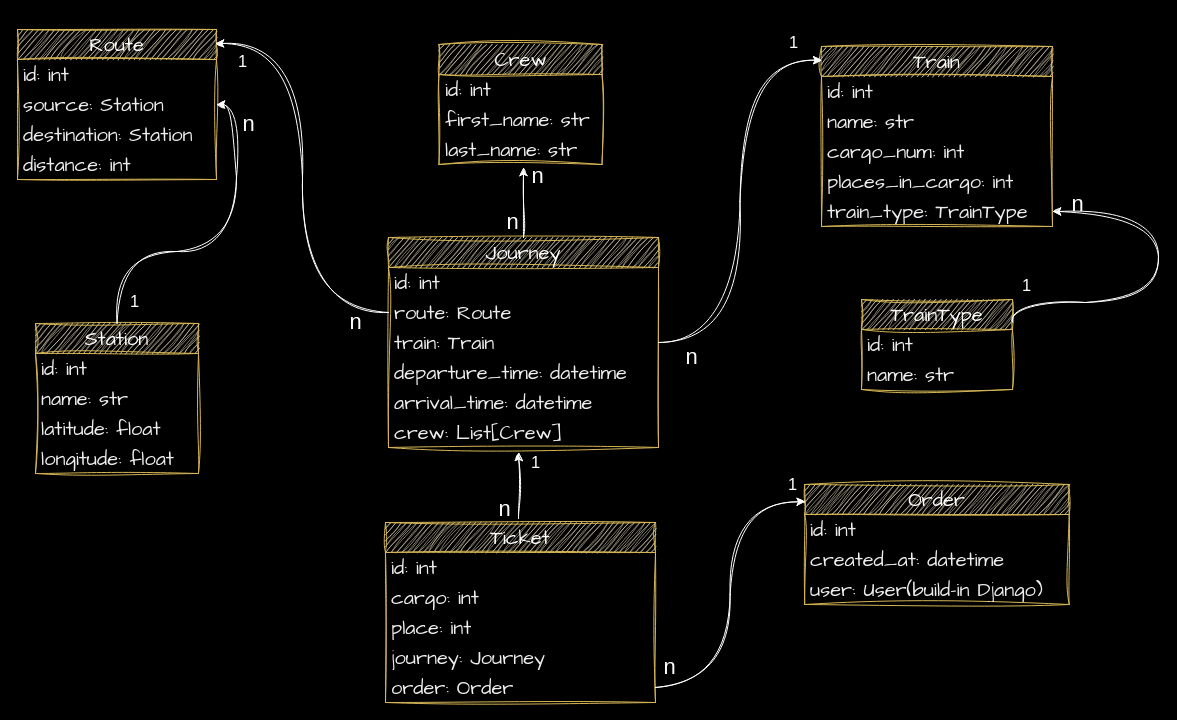
Before: sation_db_diagram.drawio in Dogober/train-station-API, a draw.io diagram. Source tidied: cells renumbered, new cells numbered last; positions are measured from the earlier drawing's top-left corner, leaving out a move shared by most shapes. Both pictures are drawn from the tidied source at 100%, with x=0, y=0 at pixel (17, 29).
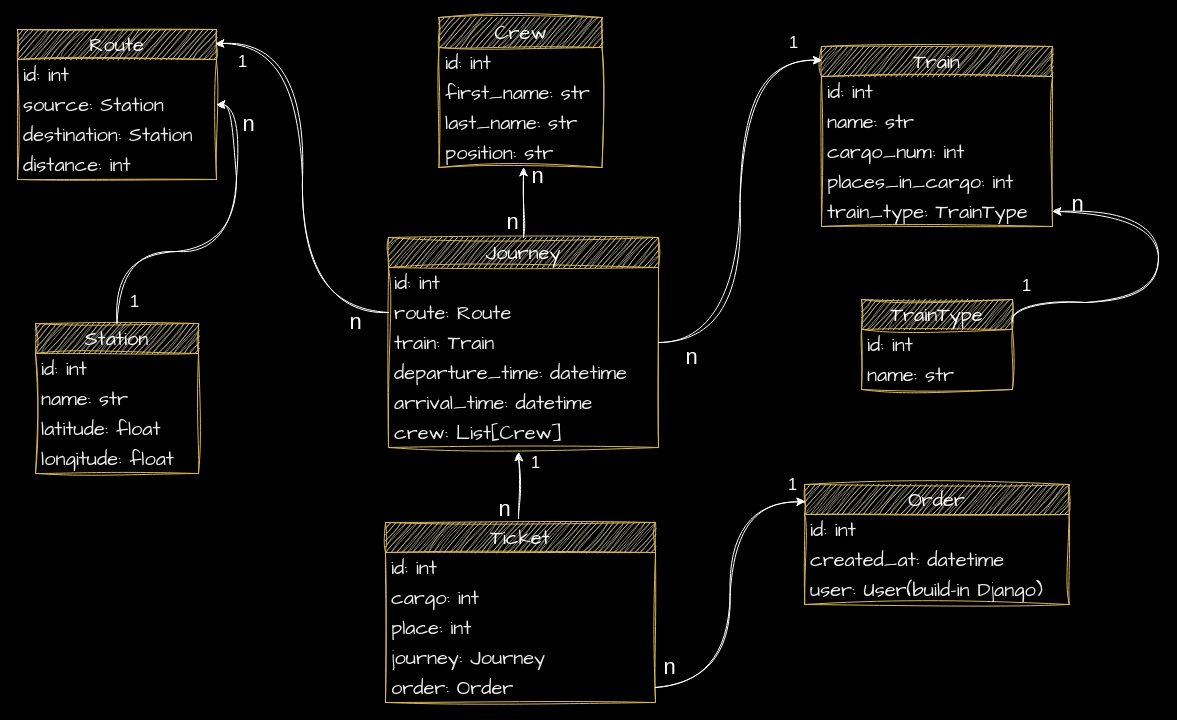
Above is the later version.

Commit message (it also covers changes not shown here):
Enhance Station & Route: Updated views, serializers, and URLs. Renamed distance field to distance_km for clarity. Added position field to Crew model.

Diff of the diagram source:
```diff
@@
     <mxCell id="19" value="&lt;font color=&quot;#ffffff&quot;&gt;Crew&lt;/font&gt;" style="swimlane;fontStyle=0;horizontal=1;startSize=30;whiteSpace=wrap;html=1;sketch=1;hachureGap=4;jiggle=2;curveFitting=1;fontFamily=Architects Daughter;fontSize=20;swimlaneFillColor=none;fillColor=#fff2cc;strokeColor=#d6b656;" parent="1" vertex="1">
-      <mxGeometry x="421.5" y="15" width="163" height="120" as="geometry" />
+      <mxGeometry x="421.5" y="-12" width="163" height="150" as="geometry" />
     </mxCell>
@@
+    <mxCell id="63" value="position: str" style="text;strokeColor=none;fillColor=none;align=left;verticalAlign=middle;spacingLeft=4;spacingRight=4;overflow=hidden;whiteSpace=wrap;html=1;fontSize=20;fontFamily=Architects Daughter;fontColor=#EEEEEE;" parent="19" vertex="1">
+      <mxGeometry y="120" width="163" height="30" as="geometry" />
+    </mxCell>
```
